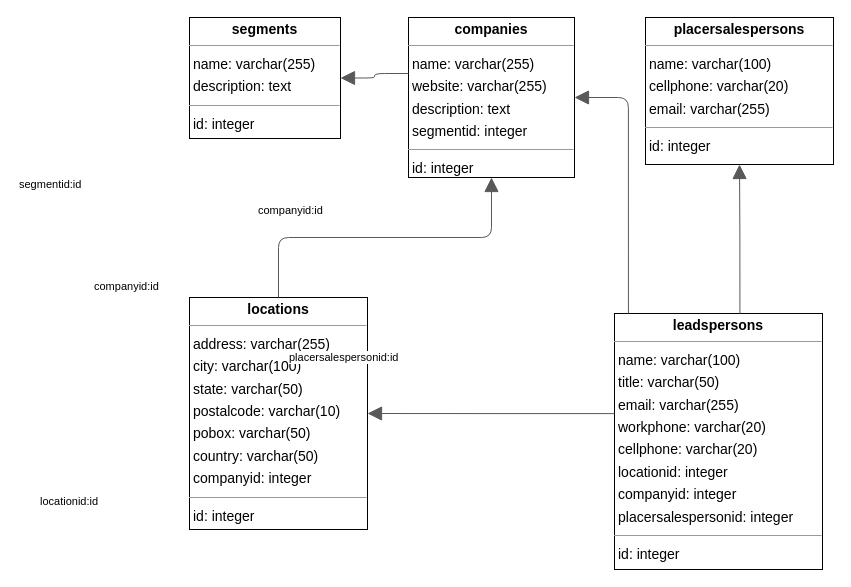
Earlier version of the draw.io diagram schema/db_schema.drawio (naphtul/edos-lead-generation). Source tidied: cells renumbered, new cells numbered last; positions are measured from the earlier drawing's top-left corner, leaving out a move shared by most shapes. Both pictures are drawn from the tidied source at 100%, with x=0, y=0 at pixel (189, 17).
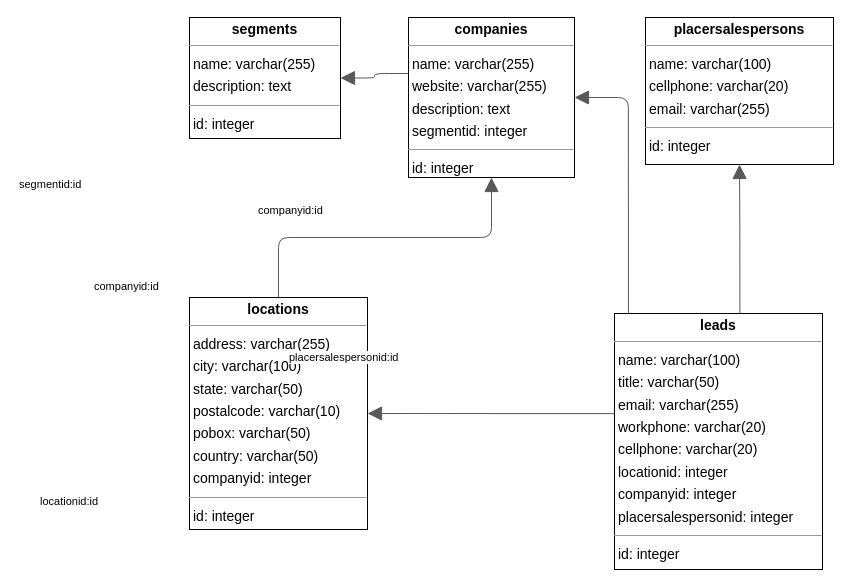
Above is the later version.

Change to the diagram source:
```diff
@@
 <mxGraphModel>
   <root>
     <mxCell id="0" />
     <mxCell id="1" parent="0" />
     <mxCell id="2" value="&lt;p style=&quot;margin:0px;margin-top:4px;text-align:center;&quot;&gt;&lt;b&gt;companies&lt;/b&gt;&lt;/p&gt;&lt;hr size=&quot;1&quot;/&gt;&lt;p style=&quot;margin:0 0 0 4px;line-height:1.6;&quot;&gt; name: varchar(255)&lt;br/&gt; website: varchar(255)&lt;br/&gt; description: text&lt;br/&gt; segmentid: integer&lt;/p&gt;&lt;hr size=&quot;1&quot;/&gt;&lt;p style=&quot;margin:0 0 0 4px;line-height:1.6;&quot;&gt; id: integer&lt;/p&gt;" style="verticalAlign=top;align=left;overflow=fill;fontSize=14;fontFamily=Helvetica;html=1;rounded=0;shadow=0;comic=0;labelBackgroundColor=none;strokeWidth=1;" parent="1" vertex="1">
       <mxGeometry x="219" width="166" height="160" as="geometry" />
     </mxCell>
-    <mxCell id="3" value="&lt;p style=&quot;margin:0px;margin-top:4px;text-align:center;&quot;&gt;&lt;b&gt;leadspersons&lt;/b&gt;&lt;/p&gt;&lt;hr size=&quot;1&quot;/&gt;&lt;p style=&quot;margin:0 0 0 4px;line-height:1.6;&quot;&gt; name: varchar(100)&lt;br/&gt; title: varchar(50)&lt;br/&gt; email: varchar(255)&lt;br/&gt; workphone: varchar(20)&lt;br/&gt; cellphone: varchar(20)&lt;br/&gt; locationid: integer&lt;br/&gt; companyid: integer&lt;br/&gt; placersalespersonid: integer&lt;/p&gt;&lt;hr size=&quot;1&quot;/&gt;&lt;p style=&quot;margin:0 0 0 4px;line-height:1.6;&quot;&gt; id: integer&lt;/p&gt;" style="verticalAlign=top;align=left;overflow=fill;fontSize=14;fontFamily=Helvetica;html=1;rounded=0;shadow=0;comic=0;labelBackgroundColor=none;strokeWidth=1;" parent="1" vertex="1">
+    <mxCell id="3" value="&lt;p style=&quot;margin:0px;margin-top:4px;text-align:center;&quot;&gt;&lt;b&gt;leads&lt;/b&gt;&lt;/p&gt;&lt;hr size=&quot;1&quot;/&gt;&lt;p style=&quot;margin:0 0 0 4px;line-height:1.6;&quot;&gt; name: varchar(100)&lt;br/&gt; title: varchar(50)&lt;br/&gt; email: varchar(255)&lt;br/&gt; workphone: varchar(20)&lt;br/&gt; cellphone: varchar(20)&lt;br/&gt; locationid: integer&lt;br/&gt; companyid: integer&lt;br/&gt; placersalespersonid: integer&lt;/p&gt;&lt;hr size=&quot;1&quot;/&gt;&lt;p style=&quot;margin:0 0 0 4px;line-height:1.6;&quot;&gt; id: integer&lt;/p&gt;" style="verticalAlign=top;align=left;overflow=fill;fontSize=14;fontFamily=Helvetica;html=1;rounded=0;shadow=0;comic=0;labelBackgroundColor=none;strokeWidth=1;" parent="1" vertex="1">
       <mxGeometry x="425" y="296" width="208" height="256" as="geometry" />
     </mxCell>
     <mxCell id="4" value="&lt;p style=&quot;margin:0px;margin-top:4px;text-align:center;&quot;&gt;&lt;b&gt;locations&lt;/b&gt;&lt;/p&gt;&lt;hr size=&quot;1&quot;/&gt;&lt;p style=&quot;margin:0 0 0 4px;line-height:1.6;&quot;&gt; address: varchar(255)&lt;br/&gt; city: varchar(100)&lt;br/&gt; state: varchar(50)&lt;br/&gt; postalcode: varchar(10)&lt;br/&gt; pobox: varchar(50)&lt;br/&gt; country: varchar(50)&lt;br/&gt; companyid: integer&lt;/p&gt;&lt;hr size=&quot;1&quot;/&gt;&lt;p style=&quot;margin:0 0 0 4px;line-height:1.6;&quot;&gt; id: integer&lt;/p&gt;" style="verticalAlign=top;align=left;overflow=fill;fontSize=14;fontFamily=Helvetica;html=1;rounded=0;shadow=0;comic=0;labelBackgroundColor=none;strokeWidth=1;" parent="1" vertex="1">
       <mxGeometry y="280" width="178" height="232" as="geometry" />
     </mxCell>
     <mxCell id="5" value="&lt;p style=&quot;margin:0px;margin-top:4px;text-align:center;&quot;&gt;&lt;b&gt;placersalespersons&lt;/b&gt;&lt;/p&gt;&lt;hr size=&quot;1&quot;/&gt;&lt;p style=&quot;margin:0 0 0 4px;line-height:1.6;&quot;&gt; name: varchar(100)&lt;br/&gt; cellphone: varchar(20)&lt;br/&gt; email: varchar(255)&lt;/p&gt;&lt;hr size=&quot;1&quot;/&gt;&lt;p style=&quot;margin:0 0 0 4px;line-height:1.6;&quot;&gt; id: integer&lt;/p&gt;" style="verticalAlign=top;align=left;overflow=fill;fontSize=14;fontFamily=Helvetica;html=1;rounded=0;shadow=0;comic=0;labelBackgroundColor=none;strokeWidth=1;" parent="1" vertex="1">
       <mxGeometry x="456" width="188" height="147" as="geometry" />
     </mxCell>
     <mxCell id="6" value="&lt;p style=&quot;margin:0px;margin-top:4px;text-align:center;&quot;&gt;&lt;b&gt;segments&lt;/b&gt;&lt;/p&gt;&lt;hr size=&quot;1&quot;/&gt;&lt;p style=&quot;margin:0 0 0 4px;line-height:1.6;&quot;&gt; name: varchar(255)&lt;br/&gt; description: text&lt;/p&gt;&lt;hr size=&quot;1&quot;/&gt;&lt;p style=&quot;margin:0 0 0 4px;line-height:1.6;&quot;&gt; id: integer&lt;/p&gt;" style="verticalAlign=top;align=left;overflow=fill;fontSize=14;fontFamily=Helvetica;html=1;rounded=0;shadow=0;comic=0;labelBackgroundColor=none;strokeWidth=1;" parent="1" vertex="1">
       <mxGeometry width="151" height="121" as="geometry" />
     </mxCell>
     <mxCell id="7" style="html=1;rounded=1;edgeStyle=orthogonalEdgeStyle;dashed=0;startArrow=none;endArrow=block;endSize=12;strokeColor=#595959;exitX=0.000;exitY=0.350;exitDx=0;exitDy=0;entryX=1.000;entryY=0.500;entryDx=0;entryDy=0;" parent="1" edge="1" source="2" target="6">
       <mxGeometry relative="1" as="geometry" />
     </mxCell>
     <mxCell id="8" value="segmentid:id" style="edgeLabel;html=1;align=left;verticalAlign=top;strokeColor=default;" parent="7" vertex="1">
       <mxGeometry x="-172" y="154" as="geometry" />
     </mxCell>
     <mxCell id="9" style="html=1;rounded=1;edgeStyle=orthogonalEdgeStyle;dashed=0;startArrow=none;endArrow=block;endSize=12;strokeColor=#595959;exitX=0.067;exitY=0.000;exitDx=0;exitDy=0;entryX=1.000;entryY=0.500;entryDx=0;entryDy=0;" parent="1" edge="1" source="3" target="2">
       <mxGeometry relative="1" as="geometry">
         <Array as="points">
           <mxPoint x="439" y="80" />
         </Array>
       </mxGeometry>
     </mxCell>
     <mxCell id="10" value="companyid:id" style="edgeLabel;html=1;align=left;verticalAlign=top;strokeColor=default;" parent="9" vertex="1">
       <mxGeometry x="67" y="180" as="geometry" />
     </mxCell>
     <mxCell id="11" style="html=1;rounded=1;edgeStyle=orthogonalEdgeStyle;dashed=0;startArrow=none;endArrow=block;endSize=12;strokeColor=#595959;exitX=0.000;exitY=0.391;exitDx=0;exitDy=0;entryX=1.000;entryY=0.500;entryDx=0;entryDy=0;" parent="1" edge="1" source="3" target="4">
       <mxGeometry relative="1" as="geometry" />
     </mxCell>
     <mxCell id="12" value="locationid:id" style="edgeLabel;html=1;align=left;verticalAlign=top;strokeColor=default;" parent="11" vertex="1">
       <mxGeometry x="-151" y="471" as="geometry" />
     </mxCell>
     <mxCell id="13" style="html=1;rounded=1;edgeStyle=orthogonalEdgeStyle;dashed=0;startArrow=none;endArrow=block;endSize=12;strokeColor=#595959;exitX=0.603;exitY=0.000;exitDx=0;exitDy=0;entryX=0.500;entryY=1.000;entryDx=0;entryDy=0;" parent="1" edge="1" source="3" target="5">
       <mxGeometry relative="1" as="geometry" />
     </mxCell>
     <mxCell id="14" value="placersalespersonid:id" style="edgeLabel;html=1;align=left;verticalAlign=top;strokeColor=default;" parent="13" vertex="1">
       <mxGeometry x="98" y="327" as="geometry" />
     </mxCell>
     <mxCell id="15" style="html=1;rounded=1;edgeStyle=orthogonalEdgeStyle;dashed=0;startArrow=none;endArrow=block;endSize=12;strokeColor=#595959;exitX=0.500;exitY=0.000;exitDx=0;exitDy=0;entryX=0.500;entryY=1.000;entryDx=0;entryDy=0;" parent="1" edge="1" source="4" target="2">
       <mxGeometry relative="1" as="geometry">
         <Array as="points">
           <mxPoint x="89" y="220" />
           <mxPoint x="302" y="220" />
         </Array>
       </mxGeometry>
     </mxCell>
     <mxCell id="16" value="companyid:id" style="edgeLabel;html=1;align=left;verticalAlign=top;strokeColor=default;" parent="15" vertex="1">
       <mxGeometry x="-97" y="256" as="geometry" />
     </mxCell>
   </root>
 </mxGraphModel>
```
